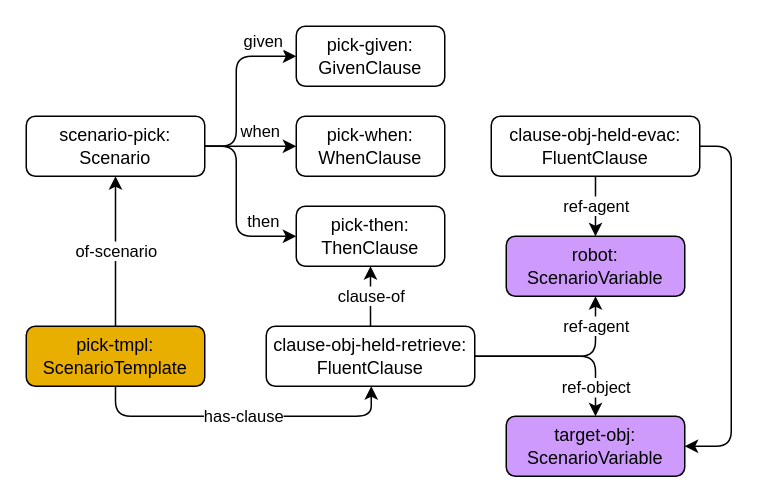
The draw.io diagram page "template-variable" (2 of 3) of bdd-example-avl.drawio in minhnh/drawio-diagrams, before the edit. Source tidied: cells renumbered, new cells numbered last; positions are measured from the earlier drawing's top-left corner, leaving out a move shared by most shapes. Both pictures are drawn from the tidied source at 150%, with x=0, y=0 at pixel (26, 26).
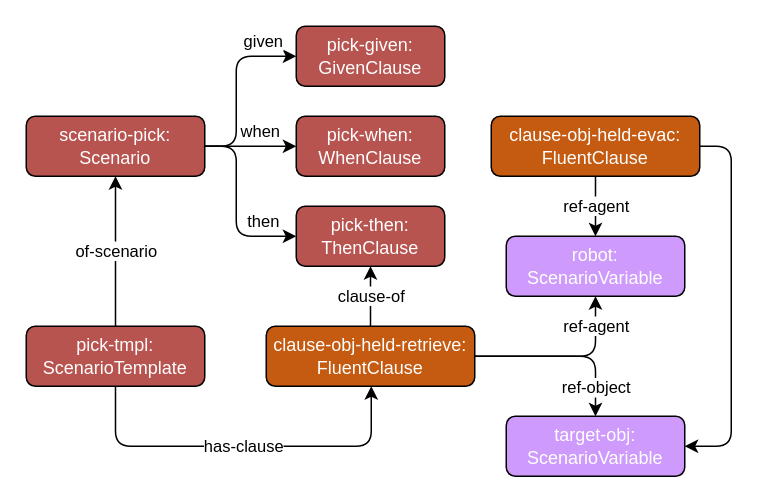
The same page after the edit.

What changed in the source:
```diff
@@
-    <mxCell id="5" value="scenario-pick: Scenario" style="rounded=1;whiteSpace=wrap;html=1;" parent="1" vertex="1">
+    <mxCell id="5" value="scenario-pick: Scenario" style="rounded=1;whiteSpace=wrap;html=1;fillColor=#B85450;fontColor=#FFFFFF;" parent="1" vertex="1">
       <mxGeometry y="60" width="119" height="40" as="geometry" />
     </mxCell>
@@
     <mxCell id="7" value="has-clause" style="edgeStyle=orthogonalEdgeStyle;shape=connector;rounded=1;jettySize=auto;html=1;labelBackgroundColor=default;strokeColor=default;align=center;verticalAlign=middle;fontFamily=Helvetica;fontSize=11;fontColor=default;endArrow=classic;" parent="1" edge="1" source="8" target="11">
       <mxGeometry relative="1" as="geometry">
         <Array as="points">
-          <mxPoint x="60" y="260" />
-          <mxPoint x="230" y="260" />
+          <mxPoint x="60" y="280" />
+          <mxPoint x="230" y="280" />
         </Array>
       </mxGeometry>
     </mxCell>
-    <mxCell id="8" value="pick-tmpl: ScenarioTemplate" style="rounded=1;whiteSpace=wrap;html=1;fillColor=#E8AE00;" parent="1" vertex="1">
+    <mxCell id="8" value="pick-tmpl: ScenarioTemplate" style="rounded=1;whiteSpace=wrap;html=1;fillColor=#B85450;fontColor=#FFFFFF;" parent="1" vertex="1">
       <mxGeometry y="200" width="119" height="40" as="geometry" />
     </mxCell>
@@
-    <mxCell id="11" value="clause-obj-held-retrieve: FluentClause" style="rounded=1;whiteSpace=wrap;html=1;" parent="1" vertex="1">
+    <mxCell id="11" value="clause-obj-held-retrieve: FluentClause" style="rounded=1;whiteSpace=wrap;html=1;fillColor=#C55A11;fontColor=#FFFFFF;" parent="1" vertex="1">
       <mxGeometry x="160" y="200" width="139" height="40" as="geometry" />
     </mxCell>
@@
-    <mxCell id="13" value="robot: ScenarioVariable" style="rounded=1;whiteSpace=wrap;html=1;fillColor=#CE9AFC;" parent="1" vertex="1">
+    <mxCell id="13" value="robot: ScenarioVariable" style="rounded=1;whiteSpace=wrap;html=1;fillColor=#CE9AFC;fontColor=#FFFFFF;" parent="1" vertex="1">
       <mxGeometry x="320" y="140" width="119" height="40" as="geometry" />
     </mxCell>
-    <mxCell id="14" value="target-obj: ScenarioVariable" style="rounded=1;whiteSpace=wrap;html=1;fillColor=#CE9AFC;" parent="1" vertex="1">
+    <mxCell id="14" value="target-obj: ScenarioVariable" style="rounded=1;whiteSpace=wrap;html=1;fillColor=#CE9AFC;fontColor=#FFFFFF;" parent="1" vertex="1">
       <mxGeometry x="320" y="260" width="119" height="40" as="geometry" />
     </mxCell>
-    <mxCell id="15" value="pick-then: ThenClause" style="rounded=1;whiteSpace=wrap;html=1;" parent="1" vertex="1">
+    <mxCell id="15" value="pick-then: ThenClause" style="rounded=1;whiteSpace=wrap;html=1;fillColor=#B85450;fontColor=#FFFFFF;" parent="1" vertex="1">
       <mxGeometry x="180" y="120" width="99" height="40" as="geometry" />
     </mxCell>
-    <mxCell id="16" value="pick-given: GivenClause" style="rounded=1;whiteSpace=wrap;html=1;" parent="1" vertex="1">
+    <mxCell id="16" value="pick-given: GivenClause" style="rounded=1;whiteSpace=wrap;html=1;fillColor=#B85450;fontColor=#FFFFFF;" parent="1" vertex="1">
       <mxGeometry x="180" width="99" height="40" as="geometry" />
     </mxCell>
-    <mxCell id="17" value="pick-when: WhenClause" style="rounded=1;whiteSpace=wrap;html=1;" parent="1" vertex="1">
+    <mxCell id="17" value="pick-when: WhenClause" style="rounded=1;whiteSpace=wrap;html=1;fillColor=#B85450;fontColor=#FFFFFF;" parent="1" vertex="1">
       <mxGeometry x="180" y="60" width="99" height="40" as="geometry" />
     </mxCell>
@@
-    <mxCell id="19" value="clause-obj-held-evac: FluentClause" style="rounded=1;whiteSpace=wrap;html=1;" parent="1" vertex="1">
+    <mxCell id="19" value="clause-obj-held-evac: FluentClause" style="rounded=1;whiteSpace=wrap;html=1;fillColor=#C55A11;fontColor=#FFFFFF;" parent="1" vertex="1">
       <mxGeometry x="310" y="60" width="139" height="40" as="geometry" />
     </mxCell>
```
